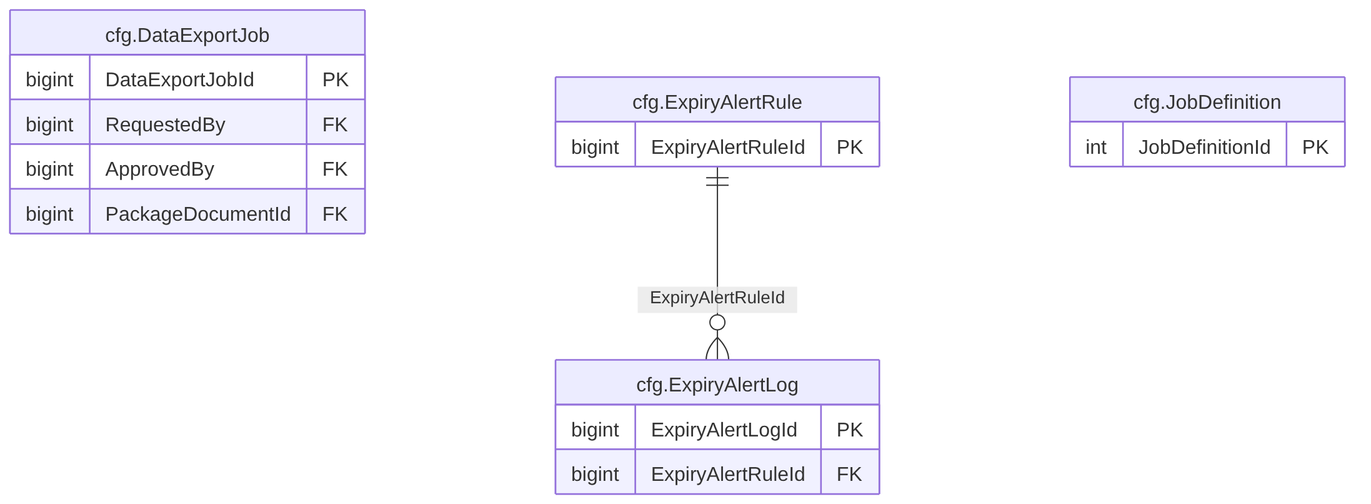
Above: treasury-platform/docs/diagrams/erd/m0_config_1.png in thawrasy/smartlines (Mermaid), before the change. Its source is kept beside it as treasury-platform/docs/diagrams/erd/m0_config_1.mmd.
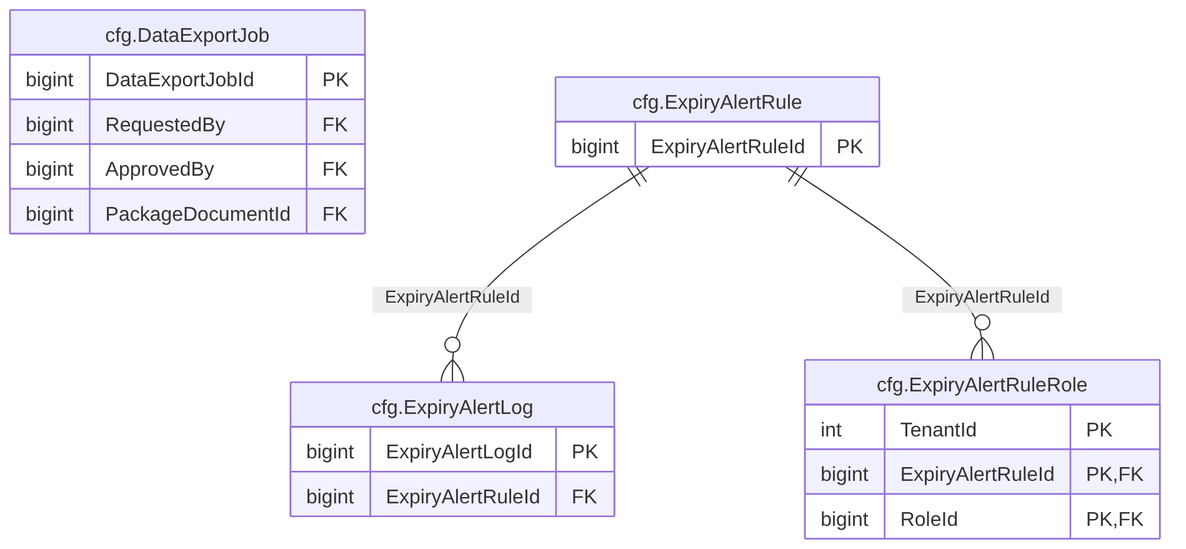
After the commit.

The edit, as a diff of the source:
```diff
@@ -12,7 +12,10 @@
   cfg_ExpiryAlertRule["cfg.ExpiryAlertRule"] {
     bigint ExpiryAlertRuleId PK
   }
-  cfg_JobDefinition["cfg.JobDefinition"] {
-    int JobDefinitionId PK
+  cfg_ExpiryAlertRuleRole["cfg.ExpiryAlertRuleRole"] {
+    int TenantId PK
+    bigint ExpiryAlertRuleId PK, FK
+    bigint RoleId PK, FK
   }
   cfg_ExpiryAlertRule ||--o{ cfg_ExpiryAlertLog : "ExpiryAlertRuleId"
+  cfg_ExpiryAlertRule ||--o{ cfg_ExpiryAlertRuleRole : "ExpiryAlertRuleId"
```
